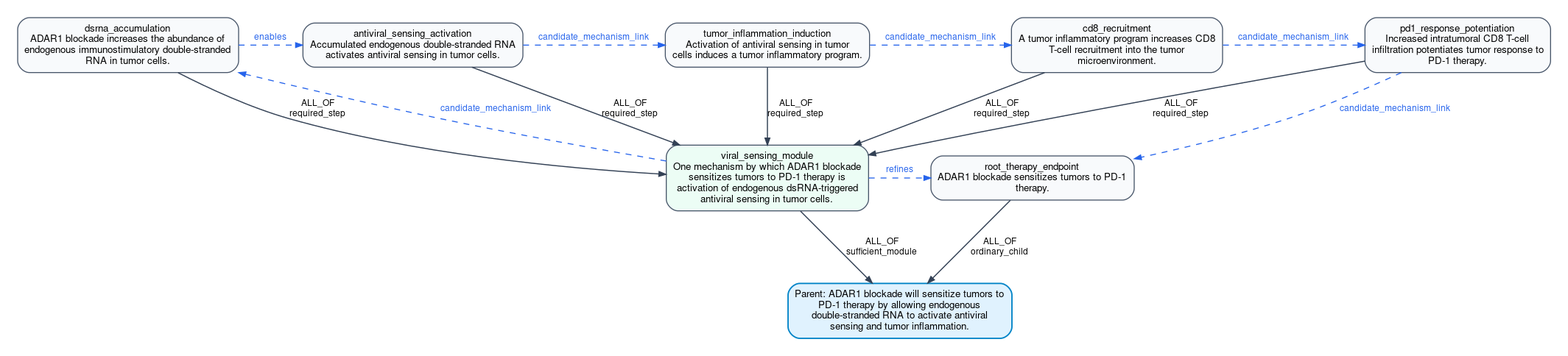
eliannaqk/bioKG keeps this Graphviz diagram as assets/claim_dags/step0_live_adar1_pd1_sensitization.png. Above is the earlier version. Its source is kept beside it as assets/claim_dags/step0_live_adar1_pd1_sensitization.dot.
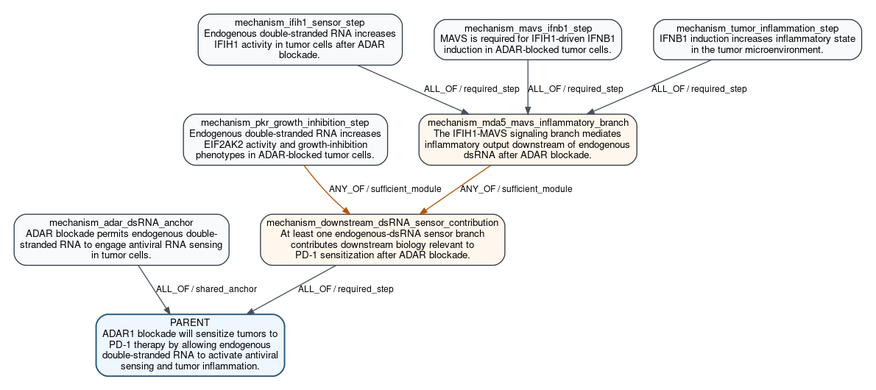
The same diagram one commit later.

The edit, as a diff of the source:
```diff
@@ -1,56 +1,20 @@
 digraph G {
-  graph [rankdir=TB, bgcolor="white", pad="0.25", nodesep="0.45", ranksep="0.75", splines=true];
-  node [shape=box, style="rounded,filled", fontname="Helvetica", fontsize=10, margin="0.10,0.08", color="#475569", fillcolor="#f8fafc"];
-  edge [fontname="Helvetica", fontsize=9, color="#334155", arrowsize=0.7];
-  P [label="Parent: ADAR1 blockade will sensitize tumors to
-PD-1 therapy by allowing endogenous
-double-stranded RNA to activate antiviral
-sensing and tumor inflammation.", fillcolor="#e0f2fe", color="#0284c7", penwidth=1.4];
-  N1 [label="viral_sensing_module
-One mechanism by which ADAR1 blockade
-sensitizes tumors to PD-1 therapy is
-activation of endogenous dsRNA-triggered
-antiviral sensing in tumor cells.", fillcolor="#ecfdf5"];
-  N2 [label="dsrna_accumulation
-ADAR1 blockade increases the abundance of
-endogenous immunostimulatory double-stranded
-RNA in tumor cells.", fillcolor="#f8fafc"];
-  N3 [label="antiviral_sensing_activation
-Accumulated endogenous double-stranded RNA
-activates antiviral sensing in tumor cells.", fillcolor="#f8fafc"];
-  N4 [label="tumor_inflammation_induction
-Activation of antiviral sensing in tumor
-cells induces a tumor inflammatory program.", fillcolor="#f8fafc"];
-  N5 [label="cd8_recruitment
-A tumor inflammatory program increases CD8
-T-cell recruitment into the tumor
-microenvironment.", fillcolor="#f8fafc"];
-  N6 [label="pd1_response_potentiation
-Increased intratumoral CD8 T-cell
-infiltration potentiates tumor response to
-PD-1 therapy.", fillcolor="#f8fafc"];
-  N7 [label="root_therapy_endpoint
-ADAR1 blockade sensitizes tumors to PD-1
-therapy.", fillcolor="#f8fafc"];
-  N1 -> P [label="ALL_OF
-sufficient_module", color="#334155", penwidth=1.1];
-  N2 -> N1 [label="ALL_OF
-required_step", color="#334155", penwidth=1.1];
-  N3 -> N1 [label="ALL_OF
-required_step", color="#334155", penwidth=1.1];
-  N4 -> N1 [label="ALL_OF
-required_step", color="#334155", penwidth=1.1];
-  N5 -> N1 [label="ALL_OF
-required_step", color="#334155", penwidth=1.1];
-  N6 -> N1 [label="ALL_OF
-required_step", color="#334155", penwidth=1.1];
-  N7 -> P [label="ALL_OF
-ordinary_child", color="#334155", penwidth=1.1];
-  N2 -> N3 [label="enables", style=dashed, color="#2563eb", fontcolor="#2563eb", constraint=false];
-  N3 -> N4 [label="candidate_mechanism_link", style=dashed, color="#2563eb", fontcolor="#2563eb", constraint=false];
-  N4 -> N5 [label="candidate_mechanism_link", style=dashed, color="#2563eb", fontcolor="#2563eb", constraint=false];
-  N5 -> N6 [label="candidate_mechanism_link", style=dashed, color="#2563eb", fontcolor="#2563eb", constraint=false];
-  N1 -> N7 [label="refines", style=dashed, color="#2563eb", fontcolor="#2563eb", constraint=false];
-  N1 -> N2 [label="candidate_mechanism_link", style=dashed, color="#2563eb", fontcolor="#2563eb", constraint=false];
-  N6 -> N7 [label="candidate_mechanism_link", style=dashed, color="#2563eb", fontcolor="#2563eb", constraint=false];
+  graph [rankdir=TB, bgcolor="white", pad="0.2", nodesep="0.45", ranksep="0.55"];
+  node [shape=box, style="rounded,filled", fontname="Helvetica", fontsize=10, margin="0.08,0.06", color="#2f3a45", fillcolor="#f8fafc"];
+  edge [fontname="Helvetica", fontsize=9, color="#46515f", arrowsize=0.7];
+  PARENT [label="PARENT\nADAR1 blockade will sensitize tumors to\nPD-1 therapy by allowing endogenous\ndouble-stranded RNA to activate antiviral\nsensing and tumor inflammation.", fillcolor="#eef6ff", color="#24527a", penwidth=1.4];
+  N1 [label="mechanism_adar_dsRNA_anchor\nADAR blockade permits endogenous double-\nstranded RNA to engage antiviral RNA sensing\nin tumor cells.", fillcolor="#f8fafc"];
+  N2 [label="mechanism_ifih1_sensor_step\nEndogenous double-stranded RNA increases\nIFIH1 activity in tumor cells after ADAR\nblockade.", fillcolor="#f8fafc"];
+  N3 [label="mechanism_mavs_ifnb1_step\nMAVS is required for IFIH1-driven IFNB1\ninduction in ADAR-blocked tumor cells.", fillcolor="#f8fafc"];
+  N4 [label="mechanism_tumor_inflammation_step\nIFNB1 induction increases inflammatory state\nin the tumor microenvironment.", fillcolor="#f8fafc"];
+  N5 [label="mechanism_pkr_growth_inhibition_step\nEndogenous double-stranded RNA increases\nEIF2AK2 activity and growth-inhibition\nphenotypes in ADAR-blocked tumor cells.", fillcolor="#f8fafc"];
+  N6 [label="mechanism_mda5_mavs_inflammatory_branch\nThe IFIH1-MAVS signaling branch mediates\ninflammatory output downstream of endogenous\ndsRNA after ADAR blockade.", fillcolor="#fff7ed"];
+  N7 [label="mechanism_downstream_dsRNA_sensor_contribution\nAt least one endogenous-dsRNA sensor branch\ncontributes downstream biology relevant to\nPD-1 sensitization after ADAR blockade.", fillcolor="#fff7ed"];
+  N2 -> N6 [label="ALL_OF / required_step", color="#46515f"];
+  N3 -> N6 [label="ALL_OF / required_step", color="#46515f"];
+  N4 -> N6 [label="ALL_OF / required_step", color="#46515f"];
+  N6 -> N7 [label="ANY_OF / sufficient_module", color="#b45309"];
+  N5 -> N7 [label="ANY_OF / sufficient_module", color="#b45309"];
+  N1 -> PARENT [label="ALL_OF / shared_anchor", color="#46515f"];
+  N7 -> PARENT [label="ALL_OF / required_step", color="#46515f"];
 }
```
